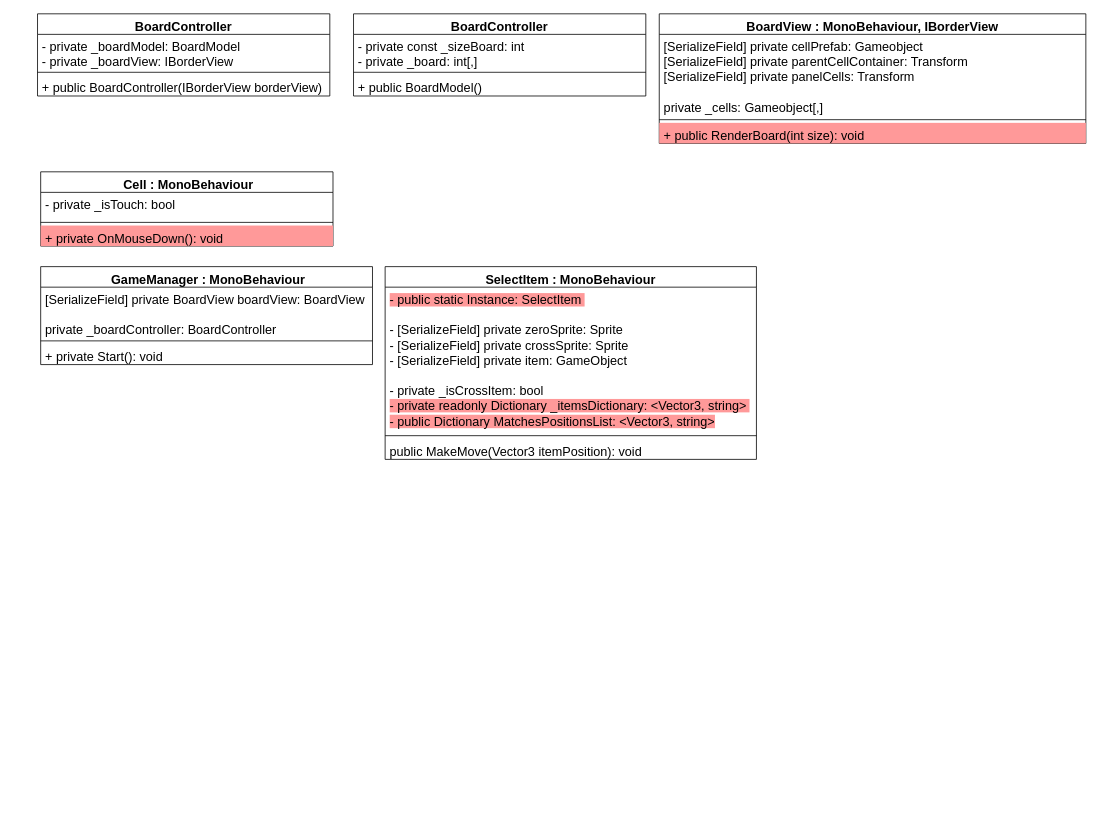
Earlier version of the draw.io diagram Diagrams/ Tic-Tac-Toe.drawio (mityus/Tic-Tac-Toe). Source tidied: cells renumbered, new cells numbered last; positions are measured from the earlier drawing's top-left corner, leaving out a move shared by most shapes. Both pictures are drawn from the tidied source at 79%, with x=0, y=0 at pixel (37, 13).
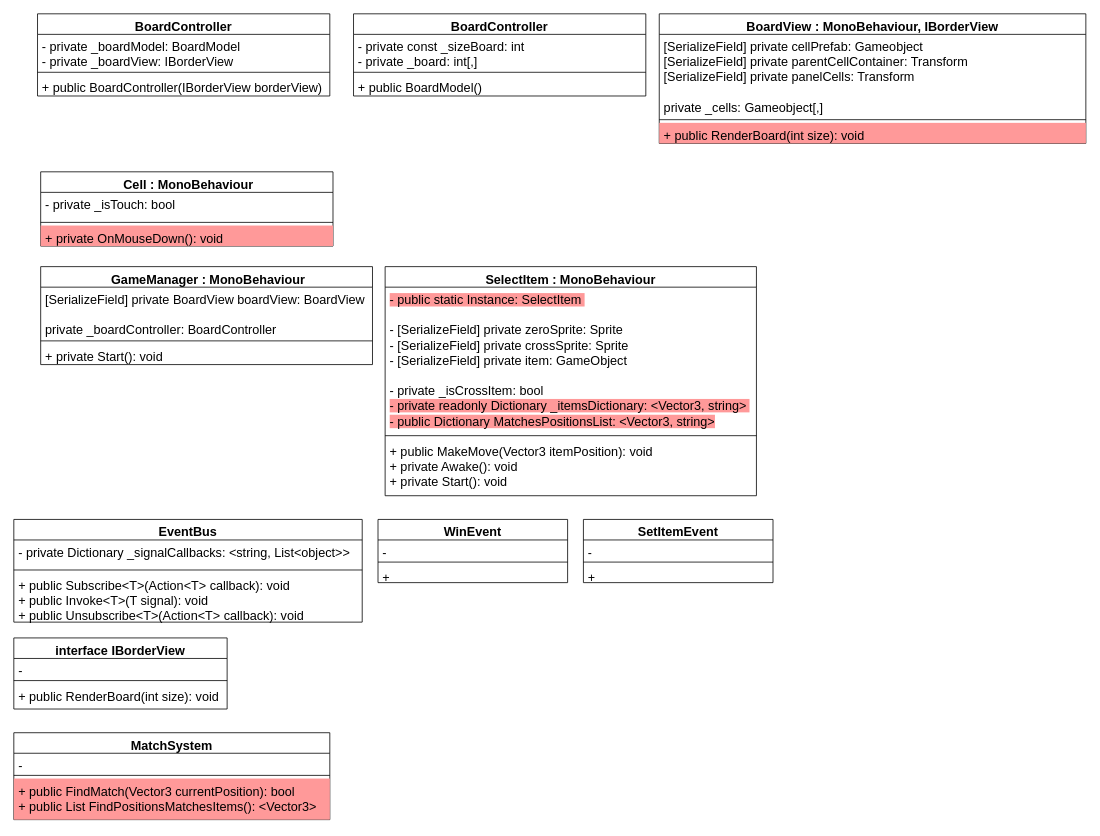
Above is the later version.

What changed in the source:
```diff
@@
     <mxCell id="22" value="SelectItem : MonoBehaviour" style="swimlane;fontStyle=1;align=center;verticalAlign=top;horizontal=1;startSize=26;whiteSpace=wrap;html=1;fontSize=16;" parent="1" vertex="1">
-      <mxGeometry x="440" y="320" width="470" height="244" as="geometry" />
+      <mxGeometry x="440" y="320" width="470" height="290" as="geometry" />
     </mxCell>
@@
-    <mxCell id="25" value="public MakeMove(Vector3 itemPosition): void" style="text;strokeColor=none;fillColor=none;align=left;verticalAlign=top;spacingLeft=4;spacingRight=4;overflow=hidden;whiteSpace=wrap;html=1;fontSize=16;" parent="22" vertex="1">
-      <mxGeometry y="218" width="470" height="26" as="geometry" />
+    <mxCell id="25" value="+ public MakeMove(Vector3 itemPosition): void&lt;br&gt;+&amp;nbsp;private Awake(): void&lt;br&gt;+&amp;nbsp;private Start(): void" style="text;strokeColor=none;fillColor=none;align=left;verticalAlign=top;spacingLeft=4;spacingRight=4;overflow=hidden;whiteSpace=wrap;html=1;fontSize=16;" parent="22" vertex="1">
+      <mxGeometry y="218" width="470" height="72" as="geometry" />
     </mxCell>
+    <mxCell id="26" value="EventBus" style="swimlane;fontStyle=1;align=center;verticalAlign=top;horizontal=1;startSize=26;whiteSpace=wrap;html=1;fontSize=16;" parent="1" vertex="1">
+      <mxGeometry x="-30" y="640" width="441" height="130" as="geometry" />
+    </mxCell>
+    <mxCell id="27" value="&lt;div&gt;&lt;div&gt;- private Dictionary _signalCallbacks:&amp;nbsp;&amp;lt;string, List&amp;lt;object&amp;gt;&amp;gt;&lt;/div&gt;&lt;/div&gt;" style="text;strokeColor=none;fillColor=none;align=left;verticalAlign=top;spacingLeft=4;spacingRight=4;overflow=hidden;whiteSpace=wrap;html=1;fontSize=16;" parent="26" vertex="1">
+      <mxGeometry y="26" width="441" height="34" as="geometry" />
+    </mxCell>
+    <mxCell id="28" style="line;strokeWidth=1;fillColor=none;align=left;verticalAlign=middle;spacingTop=-1;spacingLeft=3;spacingRight=3;labelPosition=right;strokeColor=inherit;fontSize=16;" parent="26" vertex="1">
+      <mxGeometry y="60" width="441" height="8" as="geometry" />
+    </mxCell>
+    <mxCell id="29" value="+ public Subscribe&amp;lt;T&amp;gt;(Action&amp;lt;T&amp;gt; callback): void&lt;br&gt;+&amp;nbsp;public Invoke&amp;lt;T&amp;gt;(T signal): void&lt;br&gt;+ public Unsubscribe&amp;lt;T&amp;gt;(Action&amp;lt;T&amp;gt; callback): void" style="text;strokeColor=none;fillColor=none;align=left;verticalAlign=top;spacingLeft=4;spacingRight=4;overflow=hidden;whiteSpace=wrap;html=1;fontSize=16;" parent="26" vertex="1">
+      <mxGeometry y="68" width="441" height="62" as="geometry" />
+    </mxCell>
+    <mxCell id="30" value="WinEvent" style="swimlane;fontStyle=1;align=center;verticalAlign=top;horizontal=1;startSize=26;whiteSpace=wrap;html=1;fontSize=16;" parent="1" vertex="1">
+      <mxGeometry x="431" y="640" width="240" height="80" as="geometry" />
+    </mxCell>
+    <mxCell id="31" value="&lt;div&gt;&lt;div&gt;-&lt;/div&gt;&lt;/div&gt;" style="text;strokeColor=none;fillColor=none;align=left;verticalAlign=top;spacingLeft=4;spacingRight=4;overflow=hidden;whiteSpace=wrap;html=1;fontSize=16;" parent="30" vertex="1">
+      <mxGeometry y="26" width="240" height="24" as="geometry" />
+    </mxCell>
+    <mxCell id="32" style="line;strokeWidth=1;fillColor=none;align=left;verticalAlign=middle;spacingTop=-1;spacingLeft=3;spacingRight=3;labelPosition=right;strokeColor=inherit;fontSize=16;" parent="30" vertex="1">
+      <mxGeometry y="50" width="240" height="8" as="geometry" />
+    </mxCell>
+    <mxCell id="33" value="+" style="text;strokeColor=none;fillColor=none;align=left;verticalAlign=top;spacingLeft=4;spacingRight=4;overflow=hidden;whiteSpace=wrap;html=1;fontSize=16;" parent="30" vertex="1">
+      <mxGeometry y="58" width="240" height="22" as="geometry" />
+    </mxCell>
+    <mxCell id="34" value="SetItemEvent" style="swimlane;fontStyle=1;align=center;verticalAlign=top;horizontal=1;startSize=26;whiteSpace=wrap;html=1;fontSize=16;" parent="1" vertex="1">
+      <mxGeometry x="691" y="640" width="240" height="80" as="geometry" />
+    </mxCell>
+    <mxCell id="35" value="&lt;div&gt;&lt;div&gt;-&lt;/div&gt;&lt;/div&gt;" style="text;strokeColor=none;fillColor=none;align=left;verticalAlign=top;spacingLeft=4;spacingRight=4;overflow=hidden;whiteSpace=wrap;html=1;fontSize=16;" parent="34" vertex="1">
+      <mxGeometry y="26" width="240" height="24" as="geometry" />
+    </mxCell>
+    <mxCell id="36" style="line;strokeWidth=1;fillColor=none;align=left;verticalAlign=middle;spacingTop=-1;spacingLeft=3;spacingRight=3;labelPosition=right;strokeColor=inherit;fontSize=16;" parent="34" vertex="1">
+      <mxGeometry y="50" width="240" height="8" as="geometry" />
+    </mxCell>
+    <mxCell id="37" value="+" style="text;strokeColor=none;fillColor=none;align=left;verticalAlign=top;spacingLeft=4;spacingRight=4;overflow=hidden;whiteSpace=wrap;html=1;fontSize=16;" parent="34" vertex="1">
+      <mxGeometry y="58" width="240" height="22" as="geometry" />
+    </mxCell>
+    <mxCell id="38" value="interface IBorderView" style="swimlane;fontStyle=1;align=center;verticalAlign=top;horizontal=1;startSize=26;whiteSpace=wrap;html=1;fontSize=16;" parent="1" vertex="1">
+      <mxGeometry x="-30" y="790" width="270" height="90" as="geometry" />
+    </mxCell>
+    <mxCell id="39" value="&lt;div&gt;&lt;div&gt;-&lt;/div&gt;&lt;/div&gt;" style="text;strokeColor=none;fillColor=none;align=left;verticalAlign=top;spacingLeft=4;spacingRight=4;overflow=hidden;whiteSpace=wrap;html=1;fontSize=16;" parent="38" vertex="1">
+      <mxGeometry y="26" width="270" height="24" as="geometry" />
+    </mxCell>
+    <mxCell id="40" style="line;strokeWidth=1;fillColor=none;align=left;verticalAlign=middle;spacingTop=-1;spacingLeft=3;spacingRight=3;labelPosition=right;strokeColor=inherit;fontSize=16;" parent="38" vertex="1">
+      <mxGeometry y="50" width="270" height="8" as="geometry" />
+    </mxCell>
+    <mxCell id="41" value="+&amp;nbsp;public RenderBoard(int size): void" style="text;strokeColor=none;fillColor=none;align=left;verticalAlign=top;spacingLeft=4;spacingRight=4;overflow=hidden;whiteSpace=wrap;html=1;fontSize=16;" parent="38" vertex="1">
+      <mxGeometry y="58" width="270" height="32" as="geometry" />
+    </mxCell>
+    <mxCell id="42" value="MatchSystem" style="swimlane;fontStyle=1;align=center;verticalAlign=top;horizontal=1;startSize=26;whiteSpace=wrap;html=1;fontSize=16;" parent="1" vertex="1">
+      <mxGeometry x="-30" y="910" width="400" height="110" as="geometry" />
+    </mxCell>
+    <mxCell id="43" value="&lt;div&gt;&lt;div&gt;-&lt;/div&gt;&lt;/div&gt;" style="text;strokeColor=none;fillColor=none;align=left;verticalAlign=top;spacingLeft=4;spacingRight=4;overflow=hidden;whiteSpace=wrap;html=1;fontSize=16;" parent="42" vertex="1">
+      <mxGeometry y="26" width="400" height="24" as="geometry" />
+    </mxCell>
+    <mxCell id="44" style="line;strokeWidth=1;fillColor=none;align=left;verticalAlign=middle;spacingTop=-1;spacingLeft=3;spacingRight=3;labelPosition=right;strokeColor=inherit;fontSize=16;" parent="42" vertex="1">
+      <mxGeometry y="50" width="400" height="8" as="geometry" />
+    </mxCell>
+    <mxCell id="45" value="+ public FindMatch(Vector3 currentPosition): bool&lt;br&gt;+&amp;nbsp;public List FindPositionsMatchesItems(): &amp;lt;Vector3&amp;gt;&amp;nbsp;" style="text;strokeColor=none;fillColor=#FF9999;align=left;verticalAlign=top;spacingLeft=4;spacingRight=4;overflow=hidden;whiteSpace=wrap;html=1;fontSize=16;" parent="42" vertex="1">
+      <mxGeometry y="58" width="400" height="52" as="geometry" />
+    </mxCell>
```
